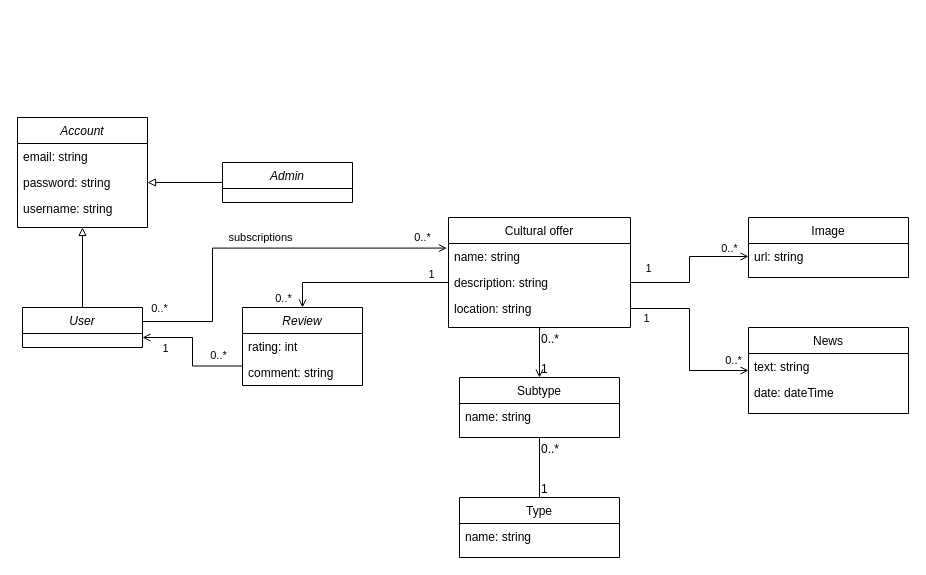
The draw.io diagram class-diagram.drawio in mikecitt/KTSNTW2020_T15, before the edit. Source tidied: cells renumbered, new cells numbered last; positions are measured from the earlier drawing's top-left corner, leaving out a move shared by most shapes. Both pictures are drawn from the tidied source at 100%, with x=0, y=0 at pixel (17, 117).
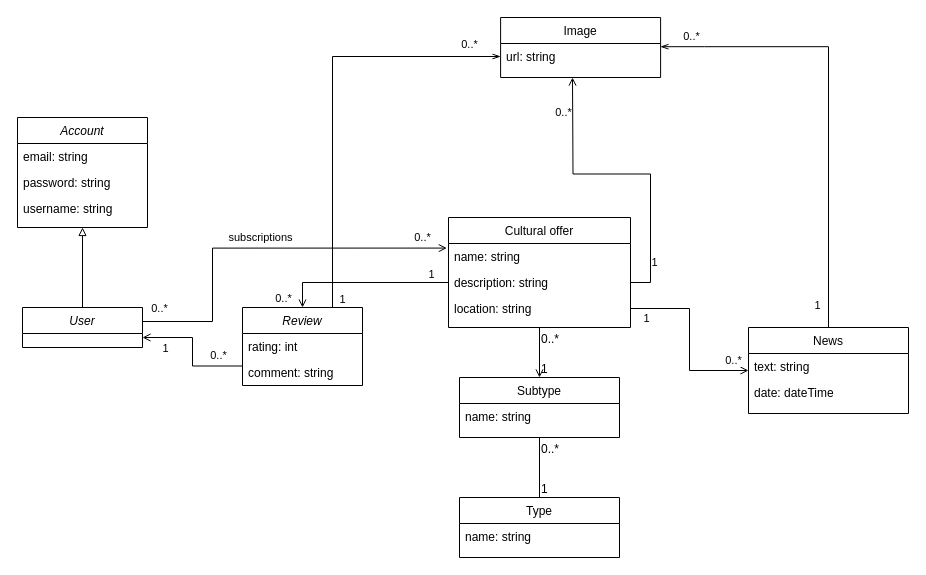
Above is the later version.

The change refers to these unchanged cells:
```xml
<mxCell id="4" value="password: string" style="text;align=left;verticalAlign=top;spacingLeft=4;spacingRight=4;overflow=hidden;points=[[0,0.5],[1,0.5]];portConstraint=eastwest;rounded=0;shadow=0;html=0;" parent="2" vertex="1">
  <mxGeometry y="52" width="130" height="26" as="geometry" />
</mxCell>
<mxCell id="10" value="description: string" style="text;align=left;verticalAlign=top;spacingLeft=4;spacingRight=4;overflow=hidden;points=[[0,0.5],[1,0.5]];portConstraint=eastwest;rounded=0;shadow=0;html=0;" parent="8" vertex="1">
  <mxGeometry y="52" width="182" height="26" as="geometry" />
</mxCell>
<mxCell id="13" value="url: string" style="text;align=left;verticalAlign=top;spacingLeft=4;spacingRight=4;overflow=hidden;points=[[0,0.5],[1,0.5]];portConstraint=eastwest;" parent="12" vertex="1">
  <mxGeometry y="26" width="160" height="26" as="geometry" />
</mxCell>
<mxCell id="39" value="Review" style="swimlane;fontStyle=2;align=center;verticalAlign=top;horizontal=1;startSize=26;rounded=0;shadow=0;strokeWidth=1;" parent="1" vertex="1">
  <mxGeometry x="225" y="190" width="120" height="78" as="geometry" />
</mxCell>
<mxCell id="42" value="News" style="swimlane;fontStyle=0;align=center;verticalAlign=top;horizontal=1;startSize=26;rounded=0;shadow=0;strokeWidth=1;" parent="1" vertex="1">
  <mxGeometry x="731" y="210" width="160" height="86" as="geometry" />
</mxCell>
```

The edit, as a diff of the source:
```diff
@@
     <mxCell id="12" value="Image" style="swimlane;fontStyle=0;align=center;verticalAlign=top;horizontal=1;startSize=26;rounded=0;shadow=0;strokeWidth=1;" parent="1" vertex="1">
-      <mxGeometry x="731" y="100" width="160" height="60" as="geometry" />
+      <mxGeometry x="483.1" y="-100" width="160" height="60" as="geometry" />
     </mxCell>
@@
-    <mxCell id="22" style="edgeStyle=orthogonalEdgeStyle;rounded=0;jettySize=auto;html=1;entryX=0;entryY=0.5;entryDx=0;entryDy=0;startArrow=none;startFill=0;endArrow=open;endFill=0;" parent="1" edge="1" source="10" target="13">
-      <mxGeometry relative="1" as="geometry" />
+    <mxCell id="22" style="edgeStyle=orthogonalEdgeStyle;rounded=0;jettySize=auto;html=1;startArrow=none;startFill=0;endArrow=open;endFill=0;" parent="1" edge="1" source="10">
+      <mxGeometry relative="1" as="geometry">
+        <mxPoint x="555" y="-40" as="targetPoint" />
+      </mxGeometry>
     </mxCell>
@@
     <mxCell id="24" value="0..*" style="edgeLabel;html=1;align=center;verticalAlign=middle;" parent="22" vertex="1">
       <mxGeometry x="0.72" y="1" relative="1" as="geometry">
-        <mxPoint y="-8" as="offset" />
+        <mxPoint x="-9" y="-8" as="offset" />
       </mxGeometry>
     </mxCell>
@@
-    <mxCell id="34" style="edgeStyle=orthogonalEdgeStyle;rounded=0;jettySize=auto;html=1;entryX=1;entryY=0.5;entryDx=0;entryDy=0;startArrow=none;startFill=0;endArrow=block;endFill=0;" parent="1" edge="1" source="35" target="4">
-      <mxGeometry relative="1" as="geometry" />
-    </mxCell>
-    <mxCell id="35" value="Admin" style="swimlane;fontStyle=2;align=center;verticalAlign=top;horizontal=1;startSize=26;rounded=0;shadow=0;strokeWidth=1;" parent="1" vertex="1">
-      <mxGeometry x="205" y="45" width="130" height="40" as="geometry" />
-    </mxCell>
@@
+    <mxCell id="48" style="edgeStyle=orthogonalEdgeStyle;rounded=0;jettySize=auto;html=1;exitX=0.75;exitY=0;exitDx=0;exitDy=0;entryX=0;entryY=0.5;entryDx=0;entryDy=0;endArrow=openThin;endFill=0;" parent="1" edge="1" source="39" target="13">
+      <mxGeometry relative="1" as="geometry" />
+    </mxCell>
@@
+    <mxCell id="49" style="edgeStyle=orthogonalEdgeStyle;rounded=0;jettySize=auto;html=1;exitX=0.5;exitY=0;exitDx=0;exitDy=0;entryX=0.999;entryY=0.123;entryDx=0;entryDy=0;entryPerimeter=0;endArrow=openThin;endFill=0;" parent="1" edge="1" source="42" target="13">
+      <mxGeometry relative="1" as="geometry" />
+    </mxCell>
@@
+    <mxCell id="50" value="0..*" style="edgeLabel;html=1;align=center;verticalAlign=middle;" parent="1" vertex="1">
+      <mxGeometry x="555" y="4" as="geometry">
+        <mxPoint x="-104" y="-78" as="offset" />
+      </mxGeometry>
+    </mxCell>
+    <mxCell id="51" value="1" style="edgeLabel;html=1;align=center;verticalAlign=middle;" parent="1" vertex="1">
+      <mxGeometry x="555" y="14" as="geometry">
+        <mxPoint x="-231" y="167" as="offset" />
+      </mxGeometry>
+    </mxCell>
+    <mxCell id="52" value="0..*" style="edgeLabel;html=1;align=center;verticalAlign=middle;" parent="1" vertex="1">
+      <mxGeometry x="575" y="24" as="geometry">
+        <mxPoint x="98" y="-106" as="offset" />
+      </mxGeometry>
+    </mxCell>
+    <mxCell id="53" value="1" style="edgeLabel;html=1;align=center;verticalAlign=middle;" parent="1" vertex="1">
+      <mxGeometry x="585" y="34" as="geometry">
+        <mxPoint x="214" y="153" as="offset" />
+      </mxGeometry>
+    </mxCell>
```
